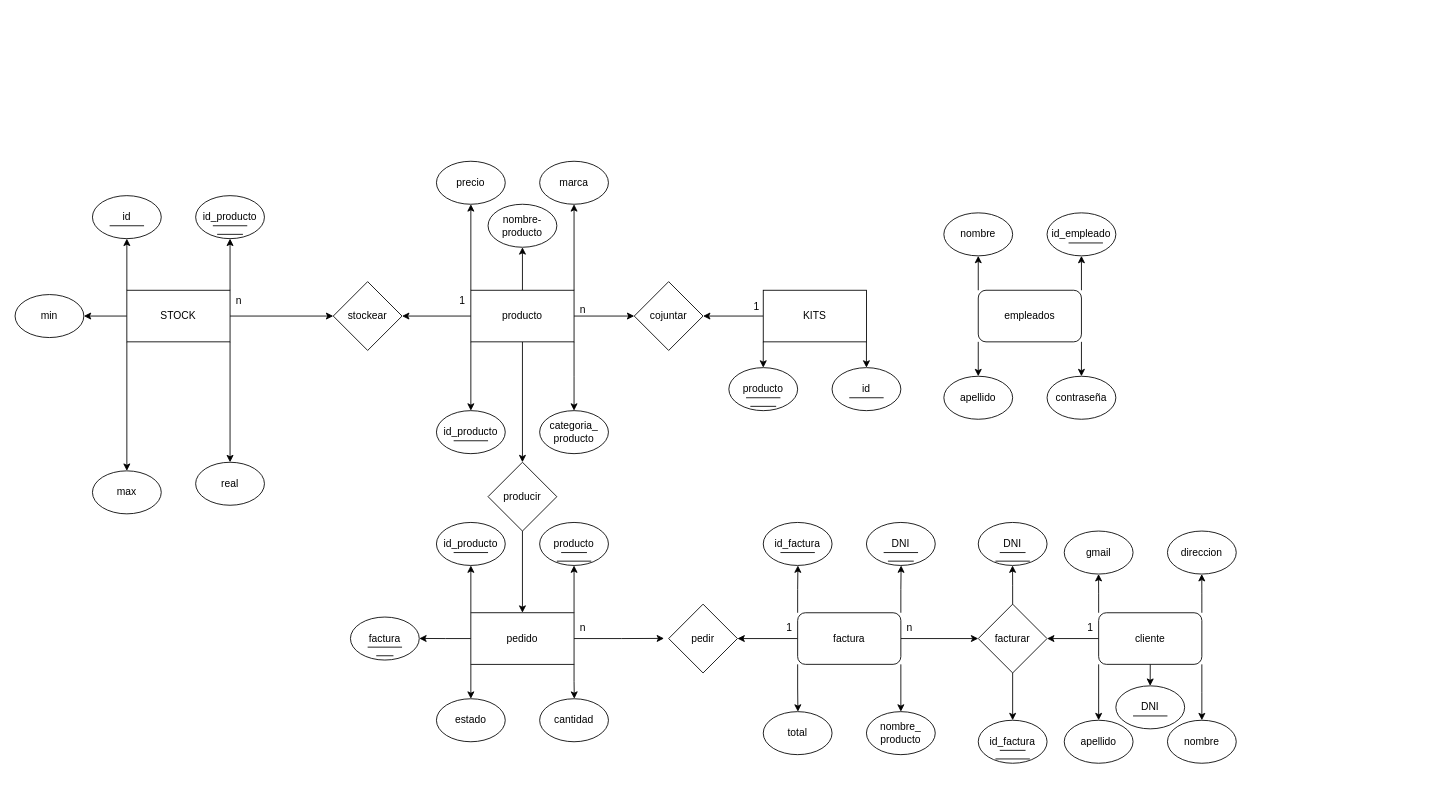
This is DER.drawio from chispamaya/SoftLution-CO, a draw.io file, before an edit. Source tidied: cells renumbered, new cells numbered last; positions are measured from the earlier drawing's top-left corner, leaving out a move shared by most shapes. Both pictures are drawn from the tidied source at 86%, with x=0, y=0 at pixel (15, 161).
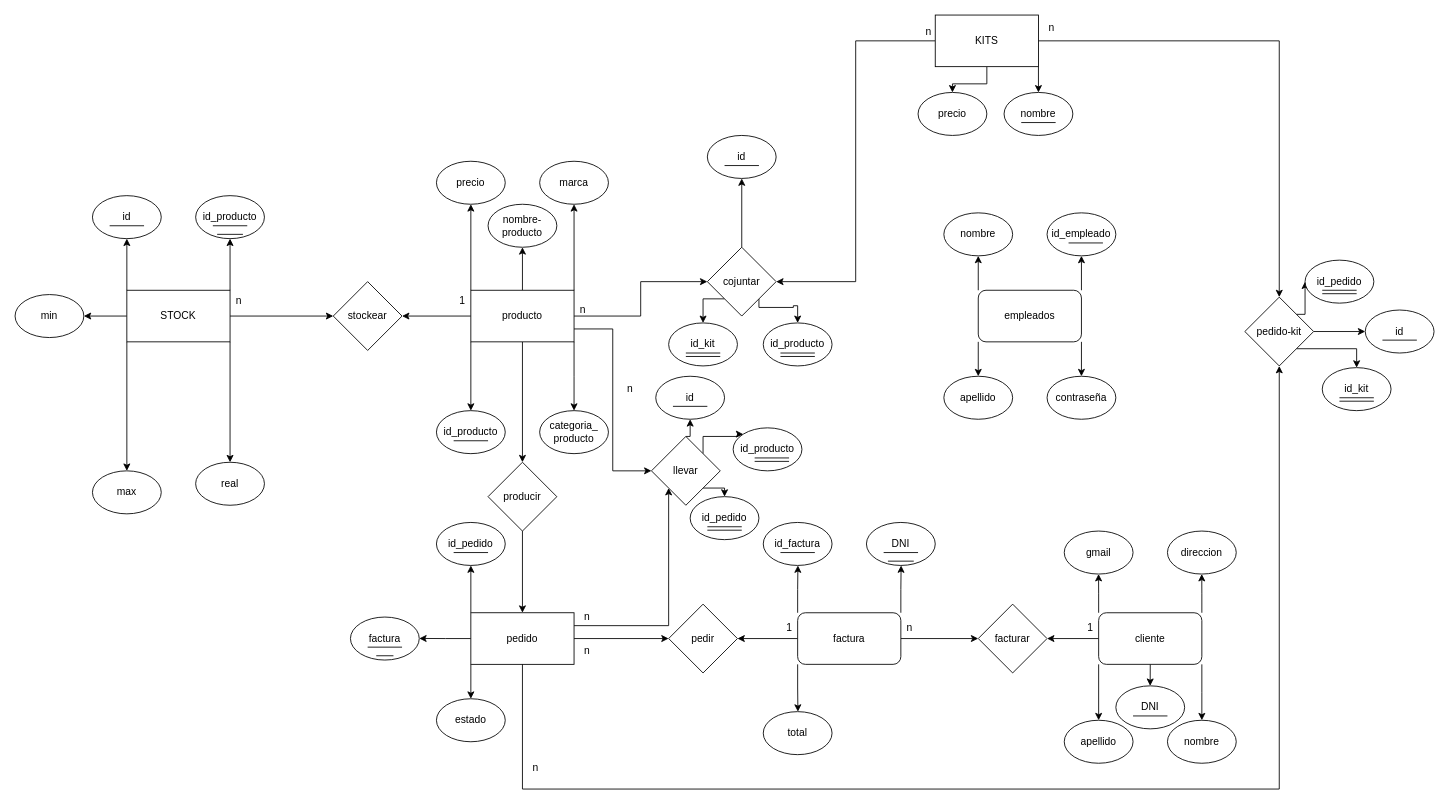
Above is the later version.

Unchanged cells that the change refers to:
```xml
<mxCell id="23" value="producto" style="rounded=0;whiteSpace=wrap;html=1;" parent="1" vertex="1">
  <mxGeometry x="530" y="150" width="120" height="60" as="geometry" />
</mxCell>
<mxCell id="48" value="pedido" style="rounded=0;whiteSpace=wrap;html=1;" parent="1" vertex="1">
  <mxGeometry x="530" y="525" width="120" height="60" as="geometry" />
</mxCell>
<mxCell id="67" value="factura" style="rounded=1;whiteSpace=wrap;html=1;" parent="1" vertex="1">
  <mxGeometry x="910" y="525" width="120" height="60" as="geometry" />
</mxCell>
<mxCell id="68" value="pedir" style="rhombus;whiteSpace=wrap;html=1;" parent="1" vertex="1">
  <mxGeometry x="760" y="515" width="80" height="80" as="geometry" />
</mxCell>
<mxCell id="85" value="facturar" style="rhombus;whiteSpace=wrap;html=1;" parent="1" vertex="1">
  <mxGeometry x="1120" y="515" width="80" height="80" as="geometry" />
</mxCell>
```

What changed in the source:
```diff
@@
+    <mxCell id="117" style="edgeStyle=orthogonalEdgeStyle;rounded=0;jettySize=auto;html=1;exitX=1;exitY=0.75;exitDx=0;exitDy=0;entryX=0;entryY=0.5;entryDx=0;entryDy=0;" parent="1" edge="1" source="23" target="136">
+      <mxGeometry relative="1" as="geometry" />
+    </mxCell>
@@
-    <mxCell id="33" style="edgeStyle=orthogonalEdgeStyle;rounded=0;jettySize=auto;html=1;exitX=0;exitY=1;exitDx=0;exitDy=0;entryX=0.5;entryY=0;entryDx=0;entryDy=0;" parent="1" edge="1" source="35" target="37">
-      <mxGeometry relative="1" as="geometry" />
-    </mxCell>
@@
+    <mxCell id="118" style="edgeStyle=orthogonalEdgeStyle;rounded=0;jettySize=auto;html=1;exitX=0.5;exitY=1;exitDx=0;exitDy=0;entryX=0.5;entryY=0;entryDx=0;entryDy=0;" parent="1" edge="1" source="35" target="132">
+      <mxGeometry relative="1" as="geometry" />
+    </mxCell>
+    <mxCell id="119" style="edgeStyle=orthogonalEdgeStyle;rounded=0;jettySize=auto;html=1;exitX=1;exitY=0.5;exitDx=0;exitDy=0;entryX=0.5;entryY=0;entryDx=0;entryDy=0;" parent="1" edge="1" source="35" target="143">
+      <mxGeometry relative="1" as="geometry" />
+    </mxCell>
     <mxCell id="35" value="KITS" style="rounded=0;whiteSpace=wrap;html=1;" parent="1" vertex="1">
-      <mxGeometry x="870" y="150" width="120" height="60" as="geometry" />
+      <mxGeometry x="1070" y="-170" width="120" height="60" as="geometry" />
     </mxCell>
+    <mxCell id="120" style="edgeStyle=orthogonalEdgeStyle;rounded=0;jettySize=auto;html=1;entryX=0.5;entryY=1;entryDx=0;entryDy=0;" parent="1" edge="1" source="36" target="124">
+      <mxGeometry relative="1" as="geometry" />
+    </mxCell>
+    <mxCell id="121" style="edgeStyle=orthogonalEdgeStyle;rounded=0;jettySize=auto;html=1;exitX=1;exitY=1;exitDx=0;exitDy=0;entryX=0.5;entryY=0;entryDx=0;entryDy=0;" parent="1" edge="1" source="36" target="126">
+      <mxGeometry relative="1" as="geometry">
+        <Array as="points">
+          <mxPoint x="865" y="170" />
+          <mxPoint x="905" y="170" />
+          <mxPoint x="905" y="168" />
+          <mxPoint x="910" y="168" />
+        </Array>
+      </mxGeometry>
+    </mxCell>
+    <mxCell id="122" style="edgeStyle=orthogonalEdgeStyle;rounded=0;jettySize=auto;html=1;exitX=0;exitY=1;exitDx=0;exitDy=0;entryX=0.5;entryY=0;entryDx=0;entryDy=0;" parent="1" edge="1" source="36" target="129">
+      <mxGeometry relative="1" as="geometry" />
+    </mxCell>
     <mxCell id="36" value="cojuntar" style="rhombus;whiteSpace=wrap;html=1;" parent="1" vertex="1">
-      <mxGeometry x="720" y="140" width="80" height="80" as="geometry" />
+      <mxGeometry x="805" y="100" width="80" height="80" as="geometry" />
     </mxCell>
-    <mxCell id="37" value="producto" style="ellipse;whiteSpace=wrap;html=1;" parent="1" vertex="1">
-      <mxGeometry x="830" y="240" width="80" height="50" as="geometry" />
-    </mxCell>
-    <mxCell id="38" style="line;strokeWidth=1;dashed=0;labelPosition=right;align=left;verticalAlign=middle;spacingTop=0;spacingLeft=6;" parent="1" vertex="1">
-      <mxGeometry x="850" y="270" width="40" height="10" as="geometry" />
-    </mxCell>
-    <mxCell id="39" style="line;strokeWidth=1;dashed=0;labelPosition=right;align=left;verticalAlign=middle;spacingTop=0;spacingLeft=6;" parent="1" vertex="1">
-      <mxGeometry x="855" y="280" width="30" height="10" as="geometry" />
-    </mxCell>
-    <mxCell id="40" value="id" style="ellipse;whiteSpace=wrap;html=1;" parent="1" vertex="1">
-      <mxGeometry x="950" y="240" width="80" height="50" as="geometry" />
+    <mxCell id="40" value="nombre" style="ellipse;whiteSpace=wrap;html=1;" parent="1" vertex="1">
+      <mxGeometry x="1150" y="-80" width="80" height="50" as="geometry" />
     </mxCell>
     <mxCell id="41" style="line;strokeWidth=1;dashed=0;labelPosition=right;align=left;verticalAlign=middle;spacingTop=0;spacingLeft=6;" parent="1" vertex="1">
-      <mxGeometry x="970" y="270" width="40" height="10" as="geometry" />
+      <mxGeometry x="1170" y="-50" width="40" height="10" as="geometry" />
     </mxCell>
@@
-    <mxCell id="43" style="edgeStyle=orthogonalEdgeStyle;rounded=0;jettySize=auto;html=1;exitX=1;exitY=1;exitDx=0;exitDy=0;" parent="1" edge="1" source="48">
-      <mxGeometry relative="1" as="geometry">
-        <mxPoint x="650.3" y="625" as="targetPoint" />
-      </mxGeometry>
-    </mxCell>
-    <mxCell id="44" style="edgeStyle=orthogonalEdgeStyle;rounded=0;jettySize=auto;html=1;exitX=1;exitY=0;exitDx=0;exitDy=0;entryX=0.5;entryY=1;entryDx=0;entryDy=0;" parent="1" edge="1" source="48" target="53">
-      <mxGeometry relative="1" as="geometry" />
-    </mxCell>
@@
-    <mxCell id="47" style="edgeStyle=orthogonalEdgeStyle;rounded=0;jettySize=auto;html=1;exitX=1;exitY=0.5;exitDx=0;exitDy=0;entryX=-0.067;entryY=0.498;entryDx=0;entryDy=0;entryPerimeter=0;" parent="1" edge="1" source="48" target="68">
+    <mxCell id="47" style="edgeStyle=orthogonalEdgeStyle;rounded=0;jettySize=auto;html=1;exitX=1;exitY=0.5;exitDx=0;exitDy=0;entryX=0;entryY=0.5;entryDx=0;entryDy=0;" parent="1" edge="1" source="48" target="68">
       <mxGeometry relative="1" as="geometry" />
     </mxCell>
+    <mxCell id="123" style="edgeStyle=orthogonalEdgeStyle;rounded=0;jettySize=auto;html=1;exitX=1;exitY=0.25;exitDx=0;exitDy=0;entryX=0;entryY=1;entryDx=0;entryDy=0;" parent="1" edge="1" source="48" target="136">
+      <mxGeometry relative="1" as="geometry" />
+    </mxCell>
@@
-    <mxCell id="50" value="cantidad" style="ellipse;whiteSpace=wrap;html=1;" parent="1" vertex="1">
-      <mxGeometry x="610" y="625" width="80" height="50" as="geometry" />
-    </mxCell>
@@
-    <mxCell id="53" value="producto" style="ellipse;whiteSpace=wrap;html=1;" parent="1" vertex="1">
-      <mxGeometry x="610" y="420" width="80" height="50" as="geometry" />
-    </mxCell>
-    <mxCell id="54" value="id_producto" style="ellipse;whiteSpace=wrap;html=1;" parent="1" vertex="1">
+    <mxCell id="54" value="id_pedido" style="ellipse;whiteSpace=wrap;html=1;" parent="1" vertex="1">
       <mxGeometry x="490" y="420" width="80" height="50" as="geometry" />
     </mxCell>
-    <mxCell id="55" style="line;strokeWidth=1;dashed=0;labelPosition=right;align=left;verticalAlign=middle;spacingTop=0;spacingLeft=6;" parent="1" vertex="1">
-      <mxGeometry x="635" y="450" width="30" height="10" as="geometry" />
-    </mxCell>
-    <mxCell id="56" style="line;strokeWidth=1;dashed=0;labelPosition=right;align=left;verticalAlign=middle;spacingTop=0;spacingLeft=6;" parent="1" vertex="1">
-      <mxGeometry x="630" y="460" width="40" height="10" as="geometry" />
-    </mxCell>
@@
-    <mxCell id="63" style="edgeStyle=orthogonalEdgeStyle;rounded=0;jettySize=auto;html=1;exitX=1;exitY=1;exitDx=0;exitDy=0;entryX=0.5;entryY=0;entryDx=0;entryDy=0;" parent="1" edge="1" source="67" target="70">
-      <mxGeometry relative="1" as="geometry" />
-    </mxCell>
@@
-    <mxCell id="70" value="nombre_&lt;br&gt;producto" style="ellipse;whiteSpace=wrap;html=1;" parent="1" vertex="1">
-      <mxGeometry x="990" y="640" width="80" height="50" as="geometry" />
-    </mxCell>
@@
-    <mxCell id="83" style="edgeStyle=orthogonalEdgeStyle;rounded=0;jettySize=auto;html=1;exitX=0.5;exitY=0;exitDx=0;exitDy=0;" parent="1" edge="1" source="85">
-      <mxGeometry relative="1" as="geometry">
-        <mxPoint x="1159.9" y="470" as="targetPoint" />
-      </mxGeometry>
-    </mxCell>
-    <mxCell id="84" style="edgeStyle=orthogonalEdgeStyle;rounded=0;jettySize=auto;html=1;exitX=0.5;exitY=1;exitDx=0;exitDy=0;entryX=0.5;entryY=0;entryDx=0;entryDy=0;" parent="1" edge="1" source="85" target="95">
-      <mxGeometry relative="1" as="geometry" />
-    </mxCell>
@@
-    <mxCell id="92" value="DNI" style="ellipse;whiteSpace=wrap;html=1;" parent="1" vertex="1">
-      <mxGeometry x="1120" y="420" width="80" height="50" as="geometry" />
-    </mxCell>
-    <mxCell id="93" style="line;strokeWidth=1;dashed=0;labelPosition=right;align=left;verticalAlign=middle;spacingTop=0;spacingLeft=6;" parent="1" vertex="1">
-      <mxGeometry x="1140" y="460" width="40" height="10" as="geometry" />
-    </mxCell>
-    <mxCell id="94" style="line;strokeWidth=1;dashed=0;labelPosition=right;align=left;verticalAlign=middle;spacingTop=0;spacingLeft=6;" parent="1" vertex="1">
-      <mxGeometry x="1145" y="450" width="30" height="10" as="geometry" />
-    </mxCell>
-    <mxCell id="95" value="id_factura" style="ellipse;whiteSpace=wrap;html=1;" parent="1" vertex="1">
-      <mxGeometry x="1120" y="650" width="80" height="50" as="geometry" />
-    </mxCell>
-    <mxCell id="96" style="line;strokeWidth=1;dashed=0;labelPosition=right;align=left;verticalAlign=middle;spacingTop=0;spacingLeft=6;" parent="1" vertex="1">
-      <mxGeometry x="1140" y="690" width="40" height="10" as="geometry" />
-    </mxCell>
-    <mxCell id="97" style="line;strokeWidth=1;dashed=0;labelPosition=right;align=left;verticalAlign=middle;spacingTop=0;spacingLeft=6;" parent="1" vertex="1">
-      <mxGeometry x="1145" y="680" width="30" height="10" as="geometry" />
-    </mxCell>
@@
-    <mxCell id="108" value="1" style="text;html=1;align=center;verticalAlign=middle;strokeColor=none;fillColor=none;" parent="1" vertex="1">
-      <mxGeometry x="847" y="155" width="30" height="30" as="geometry" />
+    <mxCell id="108" value="n" style="text;html=1;align=center;verticalAlign=middle;strokeColor=none;fillColor=none;" parent="1" vertex="1">
+      <mxGeometry x="1047" y="-165" width="30" height="30" as="geometry" />
     </mxCell>
@@
     <mxCell id="110" value="n" style="text;html=1;align=center;verticalAlign=middle;strokeColor=none;fillColor=none;" parent="1" vertex="1">
-      <mxGeometry x="645" y="528" width="30" height="30" as="geometry" />
+      <mxGeometry x="650" y="555" width="30" height="30" as="geometry" />
     </mxCell>
@@
+    <mxCell id="124" value="id" style="ellipse;whiteSpace=wrap;html=1;" parent="1" vertex="1">
+      <mxGeometry x="805" y="-30" width="80" height="50" as="geometry" />
+    </mxCell>
+    <mxCell id="125" style="line;strokeWidth=1;dashed=0;labelPosition=right;align=left;verticalAlign=middle;spacingTop=0;spacingLeft=6;" parent="1" vertex="1">
+      <mxGeometry x="825" width="40" height="10" as="geometry" />
+    </mxCell>
+    <mxCell id="126" value="id_producto" style="ellipse;whiteSpace=wrap;html=1;" parent="1" vertex="1">
+      <mxGeometry x="870" y="188" width="80" height="50" as="geometry" />
+    </mxCell>
+    <mxCell id="127" style="line;strokeWidth=1;dashed=0;labelPosition=right;align=left;verticalAlign=middle;spacingTop=0;spacingLeft=6;" parent="1" vertex="1">
+      <mxGeometry x="890" y="218" width="40" height="10" as="geometry" />
+    </mxCell>
+    <mxCell id="128" style="line;strokeWidth=1;dashed=0;labelPosition=right;align=left;verticalAlign=middle;spacingTop=0;spacingLeft=6;" parent="1" vertex="1">
+      <mxGeometry x="890" y="222" width="40" height="10" as="geometry" />
+    </mxCell>
+    <mxCell id="129" value="id_kit" style="ellipse;whiteSpace=wrap;html=1;" parent="1" vertex="1">
+      <mxGeometry x="760" y="188" width="80" height="50" as="geometry" />
+    </mxCell>
+    <mxCell id="130" style="line;strokeWidth=1;dashed=0;labelPosition=right;align=left;verticalAlign=middle;spacingTop=0;spacingLeft=6;" parent="1" vertex="1">
+      <mxGeometry x="780" y="218" width="40" height="10" as="geometry" />
+    </mxCell>
+    <mxCell id="131" style="line;strokeWidth=1;dashed=0;labelPosition=right;align=left;verticalAlign=middle;spacingTop=0;spacingLeft=6;" parent="1" vertex="1">
+      <mxGeometry x="780" y="222" width="40" height="10" as="geometry" />
+    </mxCell>
+    <mxCell id="132" value="precio" style="ellipse;whiteSpace=wrap;html=1;" parent="1" vertex="1">
+      <mxGeometry x="1050" y="-80" width="80" height="50" as="geometry" />
+    </mxCell>
+    <mxCell id="133" style="edgeStyle=orthogonalEdgeStyle;rounded=0;jettySize=auto;html=1;exitX=0.5;exitY=0;exitDx=0;exitDy=0;entryX=0.5;entryY=1;entryDx=0;entryDy=0;" parent="1" edge="1" source="136" target="146">
+      <mxGeometry relative="1" as="geometry" />
+    </mxCell>
+    <mxCell id="134" style="edgeStyle=orthogonalEdgeStyle;rounded=0;jettySize=auto;html=1;exitX=1;exitY=0;exitDx=0;exitDy=0;entryX=0;entryY=0;entryDx=0;entryDy=0;" parent="1" edge="1" source="136" target="150">
+      <mxGeometry relative="1" as="geometry">
+        <Array as="points">
+          <mxPoint x="800" y="320" />
+          <mxPoint x="840" y="320" />
+          <mxPoint x="840" y="317" />
+        </Array>
+      </mxGeometry>
+    </mxCell>
+    <mxCell id="135" style="edgeStyle=orthogonalEdgeStyle;rounded=0;jettySize=auto;html=1;exitX=1;exitY=1;exitDx=0;exitDy=0;entryX=0.5;entryY=0;entryDx=0;entryDy=0;" parent="1" edge="1" source="136" target="153">
+      <mxGeometry relative="1" as="geometry" />
+    </mxCell>
+    <mxCell id="136" value="llevar" style="rhombus;whiteSpace=wrap;html=1;" parent="1" vertex="1">
+      <mxGeometry x="740" y="320" width="80" height="80" as="geometry" />
+    </mxCell>
+    <mxCell id="137" value="n" style="text;html=1;align=center;verticalAlign=middle;strokeColor=none;fillColor=none;" parent="1" vertex="1">
+      <mxGeometry x="650" y="515" width="30" height="30" as="geometry" />
+    </mxCell>
+    <mxCell id="138" value="n" style="text;html=1;align=center;verticalAlign=middle;strokeColor=none;fillColor=none;" parent="1" vertex="1">
+      <mxGeometry x="700" y="250" width="30" height="30" as="geometry" />
+    </mxCell>
+    <mxCell id="139" style="edgeStyle=orthogonalEdgeStyle;rounded=0;jettySize=auto;html=1;exitX=0.5;exitY=1;exitDx=0;exitDy=0;entryX=0.5;entryY=1;entryDx=0;entryDy=0;startArrow=classic;startFill=1;endArrow=none;endFill=0;" parent="1" edge="1" source="143" target="48">
+      <mxGeometry relative="1" as="geometry">
+        <Array as="points">
+          <mxPoint x="1470" y="730" />
+          <mxPoint x="590" y="730" />
+        </Array>
+      </mxGeometry>
+    </mxCell>
+    <mxCell id="140" style="edgeStyle=orthogonalEdgeStyle;rounded=0;jettySize=auto;html=1;exitX=1;exitY=0.5;exitDx=0;exitDy=0;entryX=0;entryY=0.5;entryDx=0;entryDy=0;" parent="1" edge="1" source="143" target="148">
+      <mxGeometry relative="1" as="geometry" />
+    </mxCell>
+    <mxCell id="141" style="edgeStyle=orthogonalEdgeStyle;rounded=0;jettySize=auto;html=1;exitX=1;exitY=1;exitDx=0;exitDy=0;entryX=0.5;entryY=0;entryDx=0;entryDy=0;" parent="1" edge="1" source="143" target="159">
+      <mxGeometry relative="1" as="geometry" />
+    </mxCell>
+    <mxCell id="142" style="edgeStyle=orthogonalEdgeStyle;rounded=0;jettySize=auto;html=1;exitX=1;exitY=0;exitDx=0;exitDy=0;entryX=0;entryY=0.5;entryDx=0;entryDy=0;" parent="1" edge="1" source="143" target="156">
+      <mxGeometry relative="1" as="geometry" />
+    </mxCell>
+    <mxCell id="143" value="pedido-kit" style="rhombus;whiteSpace=wrap;html=1;" parent="1" vertex="1">
+      <mxGeometry x="1430" y="158" width="80" height="80" as="geometry" />
+    </mxCell>
+    <mxCell id="144" value="n" style="text;html=1;align=center;verticalAlign=middle;strokeColor=none;fillColor=none;" parent="1" vertex="1">
+      <mxGeometry x="590" y="690" width="30" height="30" as="geometry" />
+    </mxCell>
+    <mxCell id="145" value="n" style="text;html=1;align=center;verticalAlign=middle;strokeColor=none;fillColor=none;" parent="1" vertex="1">
+      <mxGeometry x="1190" y="-170" width="30" height="30" as="geometry" />
+    </mxCell>
+    <mxCell id="146" value="id" style="ellipse;whiteSpace=wrap;html=1;" parent="1" vertex="1">
+      <mxGeometry x="745" y="250" width="80" height="50" as="geometry" />
+    </mxCell>
+    <mxCell id="147" style="line;strokeWidth=1;dashed=0;labelPosition=right;align=left;verticalAlign=middle;spacingTop=0;spacingLeft=6;" parent="1" vertex="1">
+      <mxGeometry x="765" y="280" width="40" height="10" as="geometry" />
+    </mxCell>
+    <mxCell id="148" value="id" style="ellipse;whiteSpace=wrap;html=1;" parent="1" vertex="1">
+      <mxGeometry x="1570" y="173" width="80" height="50" as="geometry" />
+    </mxCell>
+    <mxCell id="149" style="line;strokeWidth=1;dashed=0;labelPosition=right;align=left;verticalAlign=middle;spacingTop=0;spacingLeft=6;" parent="1" vertex="1">
+      <mxGeometry x="1590" y="203" width="40" height="10" as="geometry" />
+    </mxCell>
+    <mxCell id="150" value="id_producto" style="ellipse;whiteSpace=wrap;html=1;" parent="1" vertex="1">
+      <mxGeometry x="835" y="310" width="80" height="50" as="geometry" />
+    </mxCell>
+    <mxCell id="151" style="line;strokeWidth=1;dashed=0;labelPosition=right;align=left;verticalAlign=middle;spacingTop=0;spacingLeft=6;" parent="1" vertex="1">
+      <mxGeometry x="860" y="340" width="40" height="10" as="geometry" />
+    </mxCell>
+    <mxCell id="152" style="line;strokeWidth=1;dashed=0;labelPosition=right;align=left;verticalAlign=middle;spacingTop=0;spacingLeft=6;" parent="1" vertex="1">
+      <mxGeometry x="860" y="344" width="40" height="10" as="geometry" />
+    </mxCell>
+    <mxCell id="153" value="id_pedido" style="ellipse;whiteSpace=wrap;html=1;" parent="1" vertex="1">
+      <mxGeometry x="785" y="390" width="80" height="50" as="geometry" />
+    </mxCell>
+    <mxCell id="154" style="line;strokeWidth=1;dashed=0;labelPosition=right;align=left;verticalAlign=middle;spacingTop=0;spacingLeft=6;" parent="1" vertex="1">
+      <mxGeometry x="805" y="420" width="40" height="10" as="geometry" />
+    </mxCell>
+    <mxCell id="155" style="line;strokeWidth=1;dashed=0;labelPosition=right;align=left;verticalAlign=middle;spacingTop=0;spacingLeft=6;" parent="1" vertex="1">
+      <mxGeometry x="805" y="424" width="40" height="10" as="geometry" />
+    </mxCell>
+    <mxCell id="156" value="id_pedido" style="ellipse;whiteSpace=wrap;html=1;" parent="1" vertex="1">
+      <mxGeometry x="1500" y="115" width="80" height="50" as="geometry" />
+    </mxCell>
+    <mxCell id="157" style="line;strokeWidth=1;dashed=0;labelPosition=right;align=left;verticalAlign=middle;spacingTop=0;spacingLeft=6;" parent="1" vertex="1">
+      <mxGeometry x="1520" y="145" width="40" height="10" as="geometry" />
+    </mxCell>
+    <mxCell id="158" style="line;strokeWidth=1;dashed=0;labelPosition=right;align=left;verticalAlign=middle;spacingTop=0;spacingLeft=6;" parent="1" vertex="1">
+      <mxGeometry x="1520" y="149" width="40" height="10" as="geometry" />
+    </mxCell>
+    <mxCell id="159" value="id_kit" style="ellipse;whiteSpace=wrap;html=1;" parent="1" vertex="1">
+      <mxGeometry x="1520" y="240" width="80" height="50" as="geometry" />
+    </mxCell>
+    <mxCell id="160" style="line;strokeWidth=1;dashed=0;labelPosition=right;align=left;verticalAlign=middle;spacingTop=0;spacingLeft=6;" parent="1" vertex="1">
+      <mxGeometry x="1540" y="270" width="40" height="10" as="geometry" />
+    </mxCell>
+    <mxCell id="161" style="line;strokeWidth=1;dashed=0;labelPosition=right;align=left;verticalAlign=middle;spacingTop=0;spacingLeft=6;" parent="1" vertex="1">
+      <mxGeometry x="1540" y="274" width="40" height="10" as="geometry" />
+    </mxCell>
```
